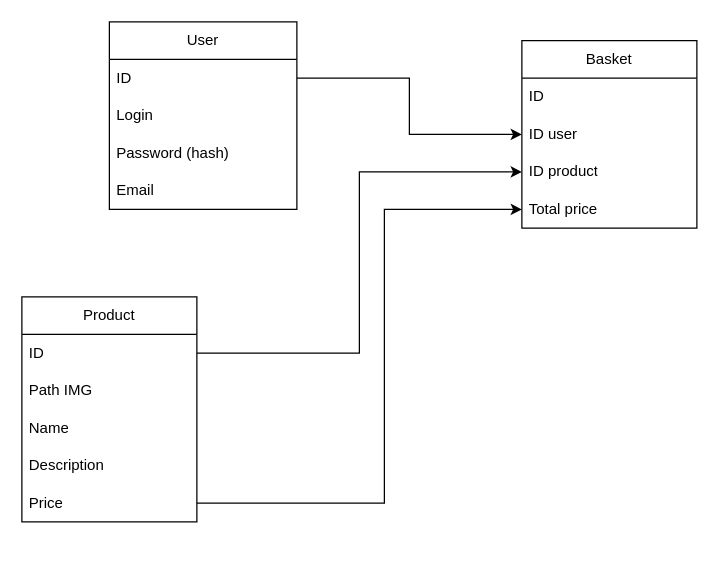
Earlier version of the draw.io diagram Диаграмма без названия.drawio (DEX2207/ProFit). Source tidied: cells renumbered, new cells numbered last; positions are measured from the earlier drawing's top-left corner, leaving out a move shared by most shapes. Both pictures are drawn from the tidied source at 125%, with x=0, y=0 at pixel (21, 21).
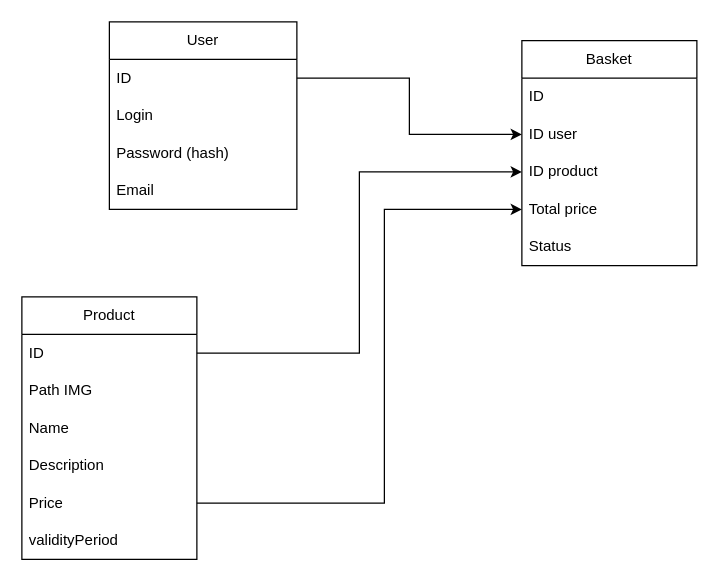
The same page after the edit.

The edit, as a diff of the source:
```diff
@@
     <mxCell id="7" value="Basket" style="swimlane;fontStyle=0;horizontal=1;startSize=30;whiteSpace=wrap;html=1;" parent="1" vertex="1">
-      <mxGeometry x="400" y="15" width="140" height="150" as="geometry" />
+      <mxGeometry x="400" y="15" width="140" height="180" as="geometry" />
     </mxCell>
@@
+    <mxCell id="21" value="Status" style="text;strokeColor=none;fillColor=none;align=left;verticalAlign=middle;spacingLeft=4;spacingRight=4;overflow=hidden;whiteSpace=wrap;html=1;" parent="7" vertex="1">
+      <mxGeometry y="150" width="140" height="30" as="geometry" />
+    </mxCell>
     <mxCell id="12" value="Product" style="swimlane;fontStyle=0;horizontal=1;startSize=30;whiteSpace=wrap;html=1;" parent="1" vertex="1">
-      <mxGeometry y="220" width="140" height="180" as="geometry" />
+      <mxGeometry y="220" width="140" height="210" as="geometry" />
     </mxCell>
@@
+    <mxCell id="22" value="validityPeriod" style="text;strokeColor=none;fillColor=none;align=left;verticalAlign=middle;spacingLeft=4;spacingRight=4;overflow=hidden;whiteSpace=wrap;html=1;" parent="12" vertex="1">
+      <mxGeometry y="180" width="140" height="30" as="geometry" />
+    </mxCell>
```
